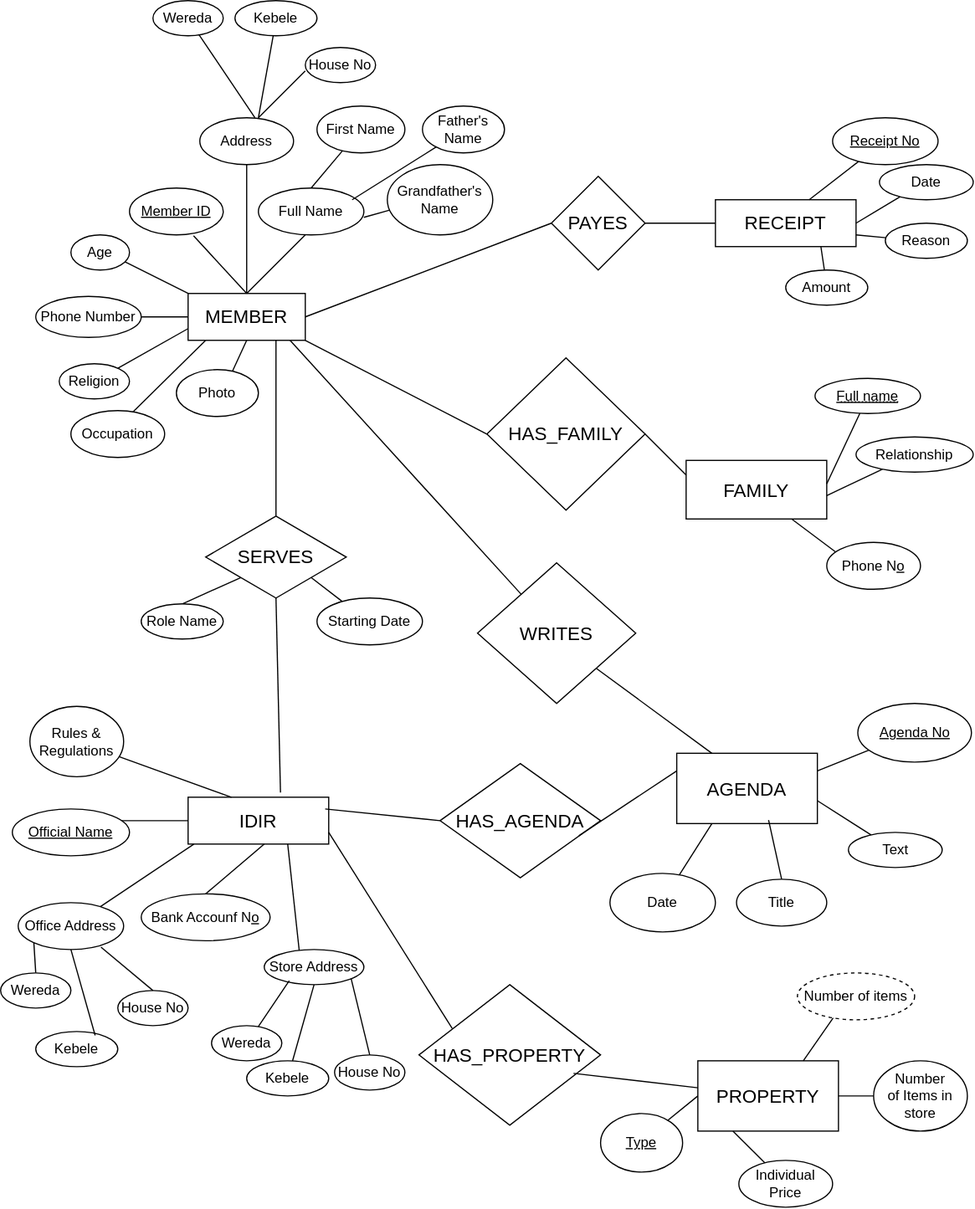
This is Database/IDIR.svg from abe16s/IDIR, a draw.io export, as it was before one commit. Source tidied: cells renumbered, new cells last; positions are measured from the earlier drawing's top-left corner, leaving out a move shared by most shapes.
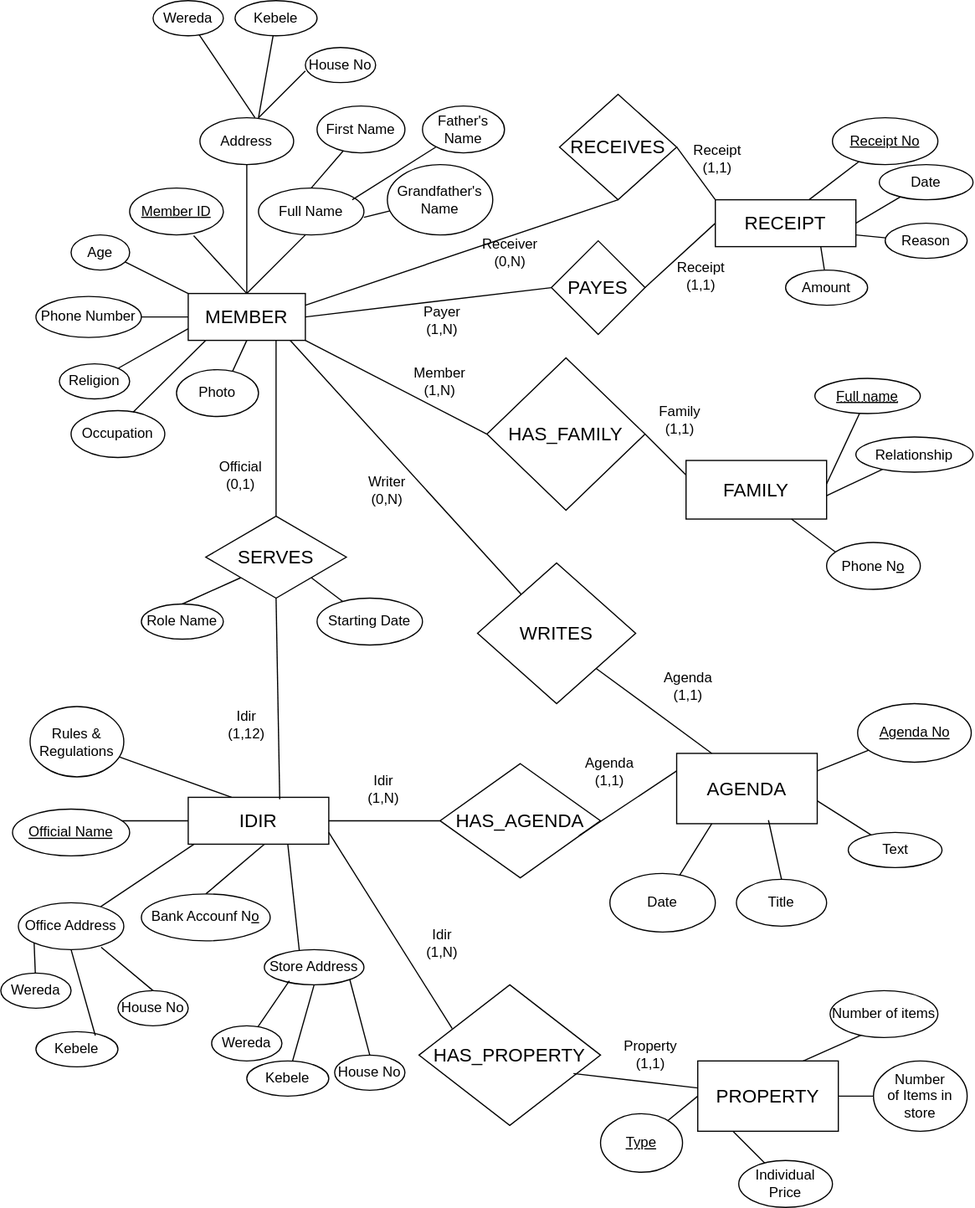
The same file after the commit.

Commit message:
Added a RECEIVES relationship and added constraints

Diff of the diagram source:
```diff
@@ -151,7 +151,7 @@
     <mxCell id="39" style="endArrow=none;html=1;rounded=0;entryX=0.75;entryY=1;entryDx=0;entryDy=0;exitX=0.5;exitY=0;exitDx=0;exitDy=0;labelBackgroundColor=none;fontColor=default;" parent="1" edge="1" source="38" target="2">
       <mxGeometry relative="1" as="geometry" />
     </mxCell>
-    <mxCell id="40" style="endArrow=none;html=1;rounded=0;exitX=0.657;exitY=-0.101;exitDx=0;exitDy=0;exitPerimeter=0;entryX=0.5;entryY=1;entryDx=0;entryDy=0;labelBackgroundColor=none;fontColor=default;" parent="1" edge="1" source="29" target="38">
+    <mxCell id="40" style="endArrow=none;html=1;rounded=0;exitX=0.651;exitY=0.042;exitDx=0;exitDy=0;exitPerimeter=0;entryX=0.5;entryY=1;entryDx=0;entryDy=0;labelBackgroundColor=none;fontColor=default;" parent="1" edge="1" source="29" target="38">
       <mxGeometry relative="1" as="geometry" />
     </mxCell>
     <mxCell id="41" style="endArrow=none;html=1;rounded=0;labelBackgroundColor=none;fontColor=default;exitX=0.5;exitY=0;exitDx=0;exitDy=0;entryX=0;entryY=1;entryDx=0;entryDy=0;" parent="1" edge="1" source="42" target="38">
@@ -199,7 +199,7 @@
       </mxGeometry>
     </mxCell>
     <mxCell id="52" value="&lt;font style=&quot;font-size: 16px;&quot;&gt;PAYES&lt;/font&gt;" style="rhombus;whiteSpace=wrap;html=1;labelBackgroundColor=none;" parent="1" vertex="1">
-      <mxGeometry x="470" y="150" width="80" height="80" as="geometry" />
+      <mxGeometry x="470" y="205" width="80" height="80" as="geometry" />
     </mxCell>
     <mxCell id="53" style="endArrow=none;html=1;rounded=0;entryX=1;entryY=0.5;entryDx=0;entryDy=0;exitX=0;exitY=0.5;exitDx=0;exitDy=0;labelBackgroundColor=none;fontColor=default;" parent="1" edge="1" source="52" target="2">
       <mxGeometry relative="1" as="geometry" />
@@ -253,14 +253,9 @@
     <mxCell id="67" value="&lt;u&gt;Type&lt;/u&gt;" style="ellipse;whiteSpace=wrap;html=1;labelBackgroundColor=none;" parent="1" vertex="1">
       <mxGeometry x="512" y="950" width="70" height="50" as="geometry" />
     </mxCell>
-    <mxCell id="68" style="endArrow=none;html=1;rounded=0;exitX=0.75;exitY=0;exitDx=0;exitDy=0;labelBackgroundColor=none;fontColor=default;" parent="1" edge="1" source="65">
-      <mxGeometry relative="1" as="geometry">
-        <mxPoint x="711.7" y="866.7" as="targetPoint" />
-      </mxGeometry>
+    <mxCell id="68" style="endArrow=none;html=1;rounded=0;exitX=0.75;exitY=0;exitDx=0;exitDy=0;labelBackgroundColor=none;fontColor=default;entryX=0.37;entryY=0.867;entryDx=0;entryDy=0;entryPerimeter=0;" parent="1" edge="1" source="65" target="69">
+      <mxGeometry relative="1" as="geometry" />
     </mxCell>
-    <mxCell id="69" value="Number of items" style="ellipse;whiteSpace=wrap;html=1;align=center;dashed=1;labelBackgroundColor=none;" parent="1" vertex="1">
-      <mxGeometry x="680" y="830" width="100" height="40" as="geometry" />
-    </mxCell>
     <mxCell id="70" style="endArrow=none;html=1;rounded=0;labelBackgroundColor=none;fontColor=default;" parent="1" edge="1" target="71">
       <mxGeometry relative="1" as="geometry">
         <mxPoint x="165" y="720" as="sourcePoint" />
@@ -362,10 +357,8 @@
     <mxCell id="97" value="Text" style="ellipse;whiteSpace=wrap;html=1;" parent="1" vertex="1">
       <mxGeometry x="723.5" y="710" width="80" height="30" as="geometry" />
     </mxCell>
-    <mxCell id="98" style="endArrow=none;html=1;rounded=0;entryX=0;entryY=0.5;entryDx=0;entryDy=0;" parent="1" edge="1" target="87">
-      <mxGeometry relative="1" as="geometry">
-        <mxPoint x="277" y="690" as="sourcePoint" />
-      </mxGeometry>
+    <mxCell id="98" style="endArrow=none;html=1;rounded=0;entryX=0;entryY=0.5;entryDx=0;entryDy=0;exitX=1;exitY=0.5;exitDx=0;exitDy=0;" parent="1" edge="1" source="29" target="87">
+      <mxGeometry relative="1" as="geometry" />
     </mxCell>
     <mxCell id="99" style="endArrow=none;html=1;rounded=0;entryX=0.87;entryY=1;entryDx=0;entryDy=0;entryPerimeter=0;" parent="1" edge="1" source="100" target="2">
       <mxGeometry relative="1" as="geometry" />
@@ -412,5 +405,59 @@
     <mxCell id="113" style="endArrow=none;html=1;rounded=0;entryX=0.785;entryY=0.95;entryDx=0;entryDy=0;entryPerimeter=0;exitX=0.5;exitY=0;exitDx=0;exitDy=0;" parent="1" edge="1" source="108" target="71">
       <mxGeometry relative="1" as="geometry" />
     </mxCell>
+    <mxCell id="69" value="Number of items" style="ellipse;whiteSpace=wrap;html=1;" parent="1" vertex="1">
+      <mxGeometry x="708" y="845" width="92" height="40" as="geometry" />
+    </mxCell>
+    <mxCell id="114" value="&lt;font style=&quot;font-size: 16px;&quot;&gt;RECEIVES&lt;/font&gt;" style="rhombus;whiteSpace=wrap;html=1;" parent="1" vertex="1">
+      <mxGeometry x="477" y="80" width="100" height="90" as="geometry" />
+    </mxCell>
+    <mxCell id="115" style="endArrow=none;html=1;rounded=0;exitX=1;exitY=0.25;exitDx=0;exitDy=0;entryX=0.5;entryY=1;entryDx=0;entryDy=0;" parent="1" edge="1" source="2" target="114">
+      <mxGeometry relative="1" as="geometry" />
+    </mxCell>
+    <mxCell id="116" style="endArrow=none;html=1;rounded=0;entryX=0;entryY=0;entryDx=0;entryDy=0;exitX=1;exitY=0.5;exitDx=0;exitDy=0;" parent="1" edge="1" source="114" target="43">
+      <mxGeometry relative="1" as="geometry" />
+    </mxCell>
+    <mxCell id="117" value="Official&lt;br&gt;(0,1)" style="text;html=1;strokeColor=none;fillColor=none;align=center;verticalAlign=middle;whiteSpace=wrap;rounded=0;" parent="1" vertex="1">
+      <mxGeometry x="175" y="390" width="60" height="30" as="geometry" />
+    </mxCell>
+    <mxCell id="118" value="Idir&lt;br&gt;(1,12)" style="text;html=1;strokeColor=none;fillColor=none;align=center;verticalAlign=middle;whiteSpace=wrap;rounded=0;" parent="1" vertex="1">
+      <mxGeometry x="180" y="602.5" width="60" height="30" as="geometry" />
+    </mxCell>
+    <mxCell id="119" value="Idir&lt;br&gt;(1,N)" style="text;html=1;strokeColor=none;fillColor=none;align=center;verticalAlign=middle;whiteSpace=wrap;rounded=0;" parent="1" vertex="1">
+      <mxGeometry x="297" y="657.5" width="60" height="30" as="geometry" />
+    </mxCell>
+    <mxCell id="120" value="Agenda&lt;br&gt;(1,1)" style="text;html=1;strokeColor=none;fillColor=none;align=center;verticalAlign=middle;whiteSpace=wrap;rounded=0;" parent="1" vertex="1">
+      <mxGeometry x="490" y="642.5" width="60" height="30" as="geometry" />
+    </mxCell>
+    <mxCell id="121" value="Idir&lt;br&gt;(1,N)" style="text;html=1;strokeColor=none;fillColor=none;align=center;verticalAlign=middle;whiteSpace=wrap;rounded=0;" parent="1" vertex="1">
+      <mxGeometry x="347" y="790" width="60" height="30" as="geometry" />
+    </mxCell>
+    <mxCell id="122" value="Property&lt;br&gt;(1,1)" style="text;html=1;strokeColor=none;fillColor=none;align=center;verticalAlign=middle;whiteSpace=wrap;rounded=0;" parent="1" vertex="1">
+      <mxGeometry x="525" y="885" width="60" height="30" as="geometry" />
+    </mxCell>
+    <mxCell id="123" value="Agenda&lt;br&gt;(1,1)" style="text;html=1;strokeColor=none;fillColor=none;align=center;verticalAlign=middle;whiteSpace=wrap;rounded=0;" parent="1" vertex="1">
+      <mxGeometry x="557" y="570" width="60" height="30" as="geometry" />
+    </mxCell>
+    <mxCell id="124" value="Writer&lt;br&gt;(0,N)" style="text;html=1;strokeColor=none;fillColor=none;align=center;verticalAlign=middle;whiteSpace=wrap;rounded=0;" parent="1" vertex="1">
+      <mxGeometry x="300" y="402.5" width="60" height="30" as="geometry" />
+    </mxCell>
+    <mxCell id="125" value="Member&lt;br&gt;(1,N)" style="text;html=1;strokeColor=none;fillColor=none;align=center;verticalAlign=middle;whiteSpace=wrap;rounded=0;" parent="1" vertex="1">
+      <mxGeometry x="345" y="310" width="60" height="30" as="geometry" />
+    </mxCell>
+    <mxCell id="126" value="Family&lt;br&gt;(1,1)" style="text;html=1;strokeColor=none;fillColor=none;align=center;verticalAlign=middle;whiteSpace=wrap;rounded=0;" parent="1" vertex="1">
+      <mxGeometry x="550" y="342.5" width="60" height="30" as="geometry" />
+    </mxCell>
+    <mxCell id="127" value="Payer&lt;br&gt;(1,N)" style="text;html=1;strokeColor=none;fillColor=none;align=center;verticalAlign=middle;whiteSpace=wrap;rounded=0;" parent="1" vertex="1">
+      <mxGeometry x="347" y="257.5" width="60" height="30" as="geometry" />
+    </mxCell>
+    <mxCell id="128" value="Receiver&lt;br&gt;(0,N)" style="text;html=1;strokeColor=none;fillColor=none;align=center;verticalAlign=middle;whiteSpace=wrap;rounded=0;" parent="1" vertex="1">
+      <mxGeometry x="405" y="200" width="60" height="30" as="geometry" />
+    </mxCell>
+    <mxCell id="129" value="Receipt&lt;br&gt;(1,1)" style="text;html=1;strokeColor=none;fillColor=none;align=center;verticalAlign=middle;whiteSpace=wrap;rounded=0;" parent="1" vertex="1">
+      <mxGeometry x="568" y="220" width="60" height="30" as="geometry" />
+    </mxCell>
+    <mxCell id="130" value="Receipt&lt;br&gt;(1,1)" style="text;html=1;strokeColor=none;fillColor=none;align=center;verticalAlign=middle;whiteSpace=wrap;rounded=0;" parent="1" vertex="1">
+      <mxGeometry x="582" y="120" width="60" height="30" as="geometry" />
+    </mxCell>
   </root>
 </mxGraphModel>
```
